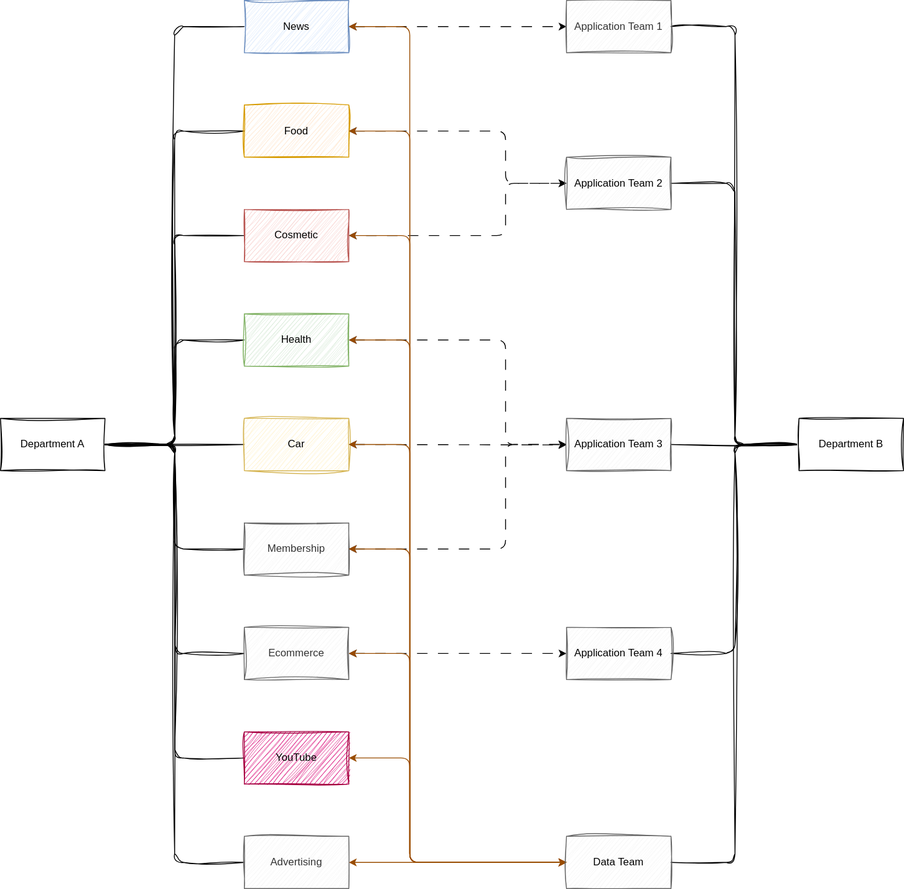
Above: docs/about-me/work-experience/tvbs/org.drawio.svg in kuanchoulai10/monorepo (draw.io), before the change. Source tidied: cells renumbered, new cells last; positions are measured from the earlier drawing's top-left corner, leaving out a move shared by most shapes.
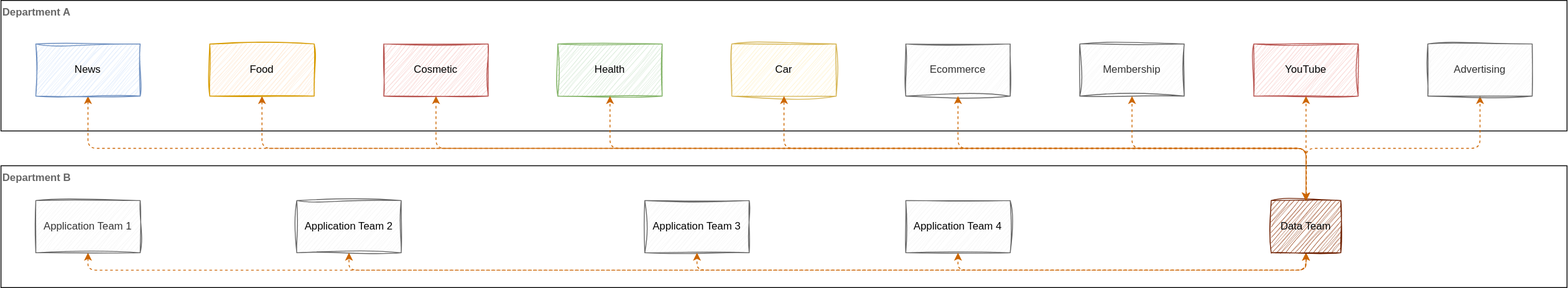
The same diagram one commit later.

Diff of the diagram source:
```diff
@@ -2,205 +2,117 @@
   <root>
     <mxCell id="0" />
     <mxCell id="1" parent="0" />
-    <mxCell id="2" style="edgeStyle=orthogonalEdgeStyle;html=1;entryX=0;entryY=0.5;entryDx=0;entryDy=0;shadow=0;sketch=1;curveFitting=1;jiggle=2;endArrow=none;endFill=0;" parent="1" edge="1" source="11" target="19">
-      <mxGeometry relative="1" as="geometry" />
-    </mxCell>
-    <mxCell id="3" style="edgeStyle=orthogonalEdgeStyle;html=1;entryX=0;entryY=0.5;entryDx=0;entryDy=0;exitX=1;exitY=0.5;exitDx=0;exitDy=0;sketch=1;curveFitting=1;jiggle=2;endArrow=none;endFill=0;" parent="1" edge="1" source="11" target="21">
-      <mxGeometry relative="1" as="geometry" />
-    </mxCell>
-    <mxCell id="4" style="edgeStyle=orthogonalEdgeStyle;html=1;exitX=1;exitY=0.5;exitDx=0;exitDy=0;entryX=0;entryY=0.5;entryDx=0;entryDy=0;sketch=1;curveFitting=1;jiggle=2;endArrow=none;endFill=0;" parent="1" edge="1" source="11" target="22">
-      <mxGeometry relative="1" as="geometry" />
-    </mxCell>
-    <mxCell id="5" style="edgeStyle=orthogonalEdgeStyle;html=1;exitX=1;exitY=0.5;exitDx=0;exitDy=0;entryX=0;entryY=0.5;entryDx=0;entryDy=0;sketch=1;curveFitting=1;jiggle=2;endArrow=none;endFill=0;" parent="1" edge="1" source="11" target="26">
-      <mxGeometry relative="1" as="geometry" />
-    </mxCell>
-    <mxCell id="6" style="edgeStyle=orthogonalEdgeStyle;html=1;exitX=1;exitY=0.5;exitDx=0;exitDy=0;entryX=0;entryY=0.5;entryDx=0;entryDy=0;sketch=1;curveFitting=1;jiggle=2;endArrow=none;endFill=0;" parent="1" edge="1" source="11" target="24">
-      <mxGeometry relative="1" as="geometry" />
-    </mxCell>
-    <mxCell id="7" style="edgeStyle=orthogonalEdgeStyle;html=1;exitX=1;exitY=0.5;exitDx=0;exitDy=0;entryX=0;entryY=0.5;entryDx=0;entryDy=0;sketch=1;curveFitting=1;jiggle=2;endArrow=none;endFill=0;" parent="1" edge="1" source="11" target="29">
-      <mxGeometry relative="1" as="geometry" />
-    </mxCell>
-    <mxCell id="8" style="edgeStyle=orthogonalEdgeStyle;html=1;exitX=1;exitY=0.5;exitDx=0;exitDy=0;entryX=0;entryY=0.5;entryDx=0;entryDy=0;sketch=1;curveFitting=1;jiggle=2;endArrow=none;endFill=0;" parent="1" edge="1" source="11" target="31">
-      <mxGeometry relative="1" as="geometry" />
-    </mxCell>
-    <mxCell id="9" style="edgeStyle=orthogonalEdgeStyle;html=1;exitX=1;exitY=0.5;exitDx=0;exitDy=0;entryX=0;entryY=0.5;entryDx=0;entryDy=0;sketch=1;curveFitting=1;jiggle=2;endArrow=none;endFill=0;" parent="1" edge="1" source="11" target="27">
-      <mxGeometry relative="1" as="geometry" />
-    </mxCell>
-    <mxCell id="10" style="edgeStyle=orthogonalEdgeStyle;html=1;exitX=1;exitY=0.5;exitDx=0;exitDy=0;entryX=0;entryY=0.5;entryDx=0;entryDy=0;sketch=1;curveFitting=1;jiggle=2;endArrow=none;endFill=0;" parent="1" edge="1" source="11" target="47">
-      <mxGeometry relative="1" as="geometry" />
-    </mxCell>
-    <mxCell id="11" value="Department A" style="whiteSpace=wrap;html=1;sketch=1;curveFitting=1;jiggle=2;" parent="1" vertex="1">
-      <mxGeometry y="480" width="120" height="60" as="geometry" />
+    <mxCell id="11" value="&lt;b&gt;&lt;font style=&quot;color: rgb(102, 102, 102);&quot;&gt;&amp;nbsp; &amp;nbsp; Department A&lt;/font&gt;&lt;/b&gt;" style="whiteSpace=wrap;html=1;fillColor=none;align=left;verticalAlign=top;" parent="1" vertex="1">
+      <mxGeometry x="240" y="-50" width="1800" height="150" as="geometry" />
     </mxCell>
-    <mxCell id="12" style="edgeStyle=orthogonalEdgeStyle;html=1;entryX=1;entryY=0.5;entryDx=0;entryDy=0;exitX=0;exitY=0.5;exitDx=0;exitDy=0;sketch=1;curveFitting=1;jiggle=2;endArrow=none;endFill=0;" parent="1" edge="1" source="17" target="32">
-      <mxGeometry relative="1" as="geometry" />
-    </mxCell>
-    <mxCell id="13" style="edgeStyle=orthogonalEdgeStyle;html=1;entryX=1;entryY=0.5;entryDx=0;entryDy=0;exitX=0;exitY=0.5;exitDx=0;exitDy=0;sketch=1;curveFitting=1;jiggle=2;endArrow=none;endFill=0;" parent="1" edge="1" source="17" target="34">
-      <mxGeometry relative="1" as="geometry" />
-    </mxCell>
-    <mxCell id="14" style="edgeStyle=orthogonalEdgeStyle;html=1;exitX=0;exitY=0.5;exitDx=0;exitDy=0;entryX=1;entryY=0.5;entryDx=0;entryDy=0;sketch=1;curveFitting=1;jiggle=2;endArrow=none;endFill=0;" parent="1" edge="1" source="17" target="35">
-      <mxGeometry relative="1" as="geometry" />
-    </mxCell>
-    <mxCell id="15" style="edgeStyle=orthogonalEdgeStyle;html=1;exitX=0;exitY=0.5;exitDx=0;exitDy=0;entryX=1;entryY=0.5;entryDx=0;entryDy=0;sketch=1;curveFitting=1;jiggle=2;endArrow=none;endFill=0;" parent="1" edge="1" source="17" target="36">
-      <mxGeometry relative="1" as="geometry" />
-    </mxCell>
-    <mxCell id="16" style="edgeStyle=orthogonalEdgeStyle;html=1;exitX=0;exitY=0.5;exitDx=0;exitDy=0;entryX=1;entryY=0.5;entryDx=0;entryDy=0;sketch=1;curveFitting=1;jiggle=2;endArrow=none;endFill=0;" parent="1" edge="1" source="17" target="46">
-      <mxGeometry relative="1" as="geometry" />
-    </mxCell>
-    <mxCell id="17" value="Department B" style="whiteSpace=wrap;html=1;sketch=1;curveFitting=1;jiggle=2;" parent="1" vertex="1">
-      <mxGeometry x="917" y="480" width="120" height="60" as="geometry" />
+    <mxCell id="17" value="&lt;font style=&quot;color: rgb(102, 102, 102);&quot;&gt;&amp;nbsp; &amp;nbsp; Department B&lt;/font&gt;" style="whiteSpace=wrap;html=1;fillColor=none;align=left;fontStyle=1;verticalAlign=top;" parent="1" vertex="1">
+      <mxGeometry x="240" y="140" width="1800" height="140" as="geometry" />
     </mxCell>
-    <mxCell id="18" style="edgeStyle=none;html=1;exitX=1;exitY=0.5;exitDx=0;exitDy=0;entryX=0;entryY=0.5;entryDx=0;entryDy=0;startArrow=classic;startFill=1;flowAnimation=0;dashed=1;dashPattern=12 12;" parent="1" edge="1" source="19" target="32">
-      <mxGeometry relative="1" as="geometry" />
-    </mxCell>
+    <mxCell id="48" style="edgeStyle=orthogonalEdgeStyle;html=1;exitX=0.5;exitY=1;exitDx=0;exitDy=0;entryX=0.5;entryY=0;entryDx=0;entryDy=0;dashed=1;strokeColor=#CC6600;startArrow=classic;startFill=1;" parent="1" edge="1" source="19" target="46">
+      <mxGeometry relative="1" as="geometry" />
+    </mxCell>
     <mxCell id="19" value="News" style="whiteSpace=wrap;html=1;sketch=1;curveFitting=1;jiggle=2;fillColor=#dae8fc;strokeColor=#6c8ebf;" parent="1" vertex="1">
       <mxGeometry x="280" width="120" height="60" as="geometry" />
     </mxCell>
-    <mxCell id="20" style="edgeStyle=orthogonalEdgeStyle;html=1;exitX=1;exitY=0.5;exitDx=0;exitDy=0;entryX=0;entryY=0.5;entryDx=0;entryDy=0;flowAnimation=0;startArrow=classic;startFill=1;dashed=1;dashPattern=12 12;" parent="1" edge="1" source="21" target="34">
-      <mxGeometry relative="1" as="geometry">
-        <Array as="points">
-          <mxPoint x="580" y="150" />
-          <mxPoint x="580" y="210" />
-        </Array>
-      </mxGeometry>
-    </mxCell>
+    <mxCell id="49" style="edgeStyle=orthogonalEdgeStyle;html=1;exitX=0.5;exitY=1;exitDx=0;exitDy=0;entryX=0.5;entryY=0;entryDx=0;entryDy=0;strokeColor=#CC6600;dashed=1;startArrow=classic;startFill=1;" parent="1" edge="1" source="21" target="46">
+      <mxGeometry relative="1" as="geometry" />
+    </mxCell>
     <mxCell id="21" value="Food" style="whiteSpace=wrap;html=1;sketch=1;curveFitting=1;jiggle=2;fillColor=#ffe6cc;strokeColor=#d79b00;" parent="1" vertex="1">
-      <mxGeometry x="280" y="120" width="120" height="60" as="geometry" />
+      <mxGeometry x="480" width="120" height="60" as="geometry" />
     </mxCell>
     <mxCell id="22" value="Cosmetic" style="whiteSpace=wrap;html=1;sketch=1;curveFitting=1;jiggle=2;fillColor=#f8cecc;strokeColor=#b85450;" parent="1" vertex="1">
-      <mxGeometry x="280" y="240" width="120" height="60" as="geometry" />
+      <mxGeometry x="680" width="120" height="60" as="geometry" />
     </mxCell>
-    <mxCell id="23" style="edgeStyle=none;html=1;exitX=1;exitY=0.5;exitDx=0;exitDy=0;startArrow=classic;startFill=1;dashed=1;dashPattern=12 12;" parent="1" edge="1" source="24">
-      <mxGeometry relative="1" as="geometry">
-        <mxPoint x="650" y="510.5" as="targetPoint" />
-      </mxGeometry>
-    </mxCell>
     <mxCell id="24" value="Car" style="whiteSpace=wrap;html=1;sketch=1;curveFitting=1;jiggle=2;fillColor=#fff2cc;strokeColor=#d6b656;" parent="1" vertex="1">
-      <mxGeometry x="280" y="480" width="120" height="60" as="geometry" />
+      <mxGeometry x="1080" width="120" height="60" as="geometry" />
     </mxCell>
-    <mxCell id="25" style="edgeStyle=orthogonalEdgeStyle;html=1;exitX=1;exitY=0.5;exitDx=0;exitDy=0;entryX=0;entryY=0.5;entryDx=0;entryDy=0;startArrow=classic;startFill=1;dashed=1;dashPattern=12 12;" parent="1" edge="1" source="26" target="35">
-      <mxGeometry relative="1" as="geometry">
-        <Array as="points">
-          <mxPoint x="580" y="390" />
-          <mxPoint x="580" y="510" />
-        </Array>
-      </mxGeometry>
-    </mxCell>
     <mxCell id="26" value="Health" style="whiteSpace=wrap;html=1;sketch=1;curveFitting=1;jiggle=2;fillColor=#d5e8d4;strokeColor=#82b366;" parent="1" vertex="1">
-      <mxGeometry x="280" y="360" width="120" height="60" as="geometry" />
+      <mxGeometry x="880" width="120" height="60" as="geometry" />
     </mxCell>
-    <mxCell id="27" value="&lt;span style=&quot;color: rgb(51, 51, 51);&quot;&gt;&lt;span style=&quot;color: rgb(0, 0, 0);&quot;&gt;YouTube&lt;/span&gt;&lt;/span&gt;" style="whiteSpace=wrap;html=1;sketch=1;curveFitting=1;jiggle=2;fillColor=#d80073;fontColor=#ffffff;strokeColor=#A50040;" parent="1" vertex="1">
-      <mxGeometry x="280" y="840" width="120" height="60" as="geometry" />
+    <mxCell id="27" value="&lt;span style=&quot;color: rgb(51, 51, 51);&quot;&gt;&lt;span style=&quot;color: rgb(0, 0, 0);&quot;&gt;YouTube&lt;/span&gt;&lt;/span&gt;" style="whiteSpace=wrap;html=1;sketch=1;curveFitting=1;jiggle=2;fillColor=#f8cecc;strokeColor=#b85450;" parent="1" vertex="1">
+      <mxGeometry x="1680" width="120" height="60" as="geometry" />
     </mxCell>
-    <mxCell id="28" style="edgeStyle=orthogonalEdgeStyle;html=1;exitX=1;exitY=0.5;exitDx=0;exitDy=0;entryX=0;entryY=0.5;entryDx=0;entryDy=0;dashed=1;dashPattern=12 12;startArrow=classic;startFill=1;" parent="1" edge="1" source="29" target="35">
-      <mxGeometry relative="1" as="geometry">
-        <Array as="points">
-          <mxPoint x="580" y="630" />
-          <mxPoint x="580" y="510" />
-        </Array>
-      </mxGeometry>
-    </mxCell>
-    <mxCell id="29" value="&lt;span style=&quot;color: rgb(51, 51, 51);&quot;&gt;&lt;span style=&quot;color: rgb(51, 51, 51);&quot;&gt;Membership&lt;/span&gt;&lt;/span&gt;" style="whiteSpace=wrap;html=1;sketch=1;curveFitting=1;jiggle=2;fillColor=#f5f5f5;fontColor=#333333;strokeColor=#666666;" parent="1" vertex="1">
-      <mxGeometry x="280" y="600" width="120" height="60" as="geometry" />
+    <mxCell id="29" value="Ecommerce" style="whiteSpace=wrap;html=1;sketch=1;curveFitting=1;jiggle=2;fillColor=#f5f5f5;fontColor=#333333;strokeColor=#666666;" parent="1" vertex="1">
+      <mxGeometry x="1280" width="120" height="60" as="geometry" />
     </mxCell>
-    <mxCell id="30" style="edgeStyle=none;html=1;exitX=1;exitY=0.5;exitDx=0;exitDy=0;entryX=0;entryY=0.5;entryDx=0;entryDy=0;dashed=1;dashPattern=12 12;startArrow=classic;startFill=1;" parent="1" edge="1" source="31" target="36">
-      <mxGeometry relative="1" as="geometry" />
-    </mxCell>
-    <mxCell id="31" value="&lt;span style=&quot;color: rgb(51, 51, 51);&quot;&gt;Ecommerce&lt;/span&gt;" style="whiteSpace=wrap;html=1;sketch=1;curveFitting=1;jiggle=2;fillColor=#f5f5f5;fontColor=#333333;strokeColor=#666666;" parent="1" vertex="1">
-      <mxGeometry x="280" y="720" width="120" height="60" as="geometry" />
+    <mxCell id="31" value="&lt;span style=&quot;color: rgb(51, 51, 51);&quot;&gt;Membership&lt;/span&gt;" style="whiteSpace=wrap;html=1;sketch=1;curveFitting=1;jiggle=2;fillColor=#f5f5f5;fontColor=#333333;strokeColor=#666666;" parent="1" vertex="1">
+      <mxGeometry x="1480" width="120" height="60" as="geometry" />
     </mxCell>
+    <mxCell id="50" style="edgeStyle=orthogonalEdgeStyle;html=1;exitX=0.5;exitY=1;exitDx=0;exitDy=0;entryX=0.5;entryY=1;entryDx=0;entryDy=0;strokeColor=#CC6600;startArrow=classic;startFill=1;dashed=1;" parent="1" edge="1" source="32" target="46">
+      <mxGeometry relative="1" as="geometry">
+        <Array as="points">
+          <mxPoint x="340" y="260" />
+          <mxPoint x="1740" y="260" />
+        </Array>
+      </mxGeometry>
+    </mxCell>
     <mxCell id="32" value="Application Team 1" style="whiteSpace=wrap;html=1;sketch=1;curveFitting=1;jiggle=2;fillColor=#f5f5f5;fontColor=#333333;strokeColor=#666666;" parent="1" vertex="1">
-      <mxGeometry x="650" width="120" height="60" as="geometry" />
+      <mxGeometry x="280" y="180" width="120" height="60" as="geometry" />
     </mxCell>
-    <mxCell id="33" style="edgeStyle=orthogonalEdgeStyle;html=1;exitX=0;exitY=0.5;exitDx=0;exitDy=0;entryX=1;entryY=0.5;entryDx=0;entryDy=0;startArrow=classic;startFill=1;dashed=1;dashPattern=12 12;" parent="1" edge="1" source="34" target="22">
-      <mxGeometry relative="1" as="geometry">
-        <Array as="points">
-          <mxPoint x="580" y="210" />
-          <mxPoint x="580" y="270" />
-        </Array>
-      </mxGeometry>
-    </mxCell>
     <mxCell id="34" value="&lt;span style=&quot;color: rgb(0, 0, 0);&quot;&gt;Application Team 2&lt;/span&gt;" style="whiteSpace=wrap;html=1;sketch=1;curveFitting=1;jiggle=2;fillColor=#f5f5f5;fontColor=#333333;strokeColor=#666666;" parent="1" vertex="1">
-      <mxGeometry x="650" y="180" width="120" height="60" as="geometry" />
+      <mxGeometry x="580" y="180" width="120" height="60" as="geometry" />
     </mxCell>
     <mxCell id="35" value="&lt;span style=&quot;color: rgb(0, 0, 0);&quot;&gt;Application Team 3&lt;/span&gt;" style="whiteSpace=wrap;html=1;sketch=1;curveFitting=1;jiggle=2;fillColor=#f5f5f5;fontColor=#333333;strokeColor=#666666;" parent="1" vertex="1">
-      <mxGeometry x="650" y="480" width="120" height="60" as="geometry" />
+      <mxGeometry x="980" y="180" width="120" height="60" as="geometry" />
     </mxCell>
     <mxCell id="36" value="&lt;span style=&quot;color: rgb(0, 0, 0);&quot;&gt;Application Team 4&lt;/span&gt;" style="whiteSpace=wrap;html=1;sketch=1;curveFitting=1;jiggle=2;fillColor=#f5f5f5;fontColor=#333333;strokeColor=#666666;" parent="1" vertex="1">
-      <mxGeometry x="650" y="720" width="120" height="60" as="geometry" />
+      <mxGeometry x="1280" y="180" width="120" height="60" as="geometry" />
     </mxCell>
-    <mxCell id="37" style="edgeStyle=none;html=1;exitX=0;exitY=0.5;exitDx=0;exitDy=0;entryX=1;entryY=0.5;entryDx=0;entryDy=0;fillColor=#a0522d;strokeColor=#994C00;" parent="1" edge="1" source="46" target="47">
+    <mxCell id="37" style="edgeStyle=orthogonalEdgeStyle;html=1;exitX=0.5;exitY=0;exitDx=0;exitDy=0;entryX=0.5;entryY=1;entryDx=0;entryDy=0;dashed=1;strokeColor=#CC6600;startArrow=classic;startFill=1;" parent="1" edge="1" source="46" target="47">
       <mxGeometry relative="1" as="geometry" />
     </mxCell>
-    <mxCell id="38" style="edgeStyle=orthogonalEdgeStyle;html=1;exitX=0;exitY=0.5;exitDx=0;exitDy=0;entryX=1;entryY=0.5;entryDx=0;entryDy=0;strokeColor=#994C00;" parent="1" edge="1" source="46" target="21">
-      <mxGeometry relative="1" as="geometry">
-        <Array as="points">
-          <mxPoint x="470" y="990" />
-          <mxPoint x="470" y="150" />
-        </Array>
-      </mxGeometry>
-    </mxCell>
-    <mxCell id="39" style="edgeStyle=orthogonalEdgeStyle;html=1;exitX=0;exitY=0.5;exitDx=0;exitDy=0;entryX=1;entryY=0.5;entryDx=0;entryDy=0;flowAnimation=0;startArrow=classic;startFill=1;strokeColor=#994C00;" parent="1" edge="1" source="46" target="19">
-      <mxGeometry relative="1" as="geometry">
-        <Array as="points">
-          <mxPoint x="470" y="990" />
-          <mxPoint x="470" y="30" />
-        </Array>
-      </mxGeometry>
-    </mxCell>
-    <mxCell id="40" style="edgeStyle=orthogonalEdgeStyle;html=1;exitX=0;exitY=0.5;exitDx=0;exitDy=0;entryX=1;entryY=0.5;entryDx=0;entryDy=0;startArrow=classic;startFill=1;fillColor=#a0522d;strokeColor=#994C00;" parent="1" edge="1" source="46" target="22">
-      <mxGeometry relative="1" as="geometry">
-        <Array as="points">
-          <mxPoint x="470" y="990" />
-          <mxPoint x="470" y="270" />
-        </Array>
-      </mxGeometry>
-    </mxCell>
-    <mxCell id="41" style="edgeStyle=orthogonalEdgeStyle;html=1;exitX=0;exitY=0.5;exitDx=0;exitDy=0;entryX=1;entryY=0.5;entryDx=0;entryDy=0;startArrow=classic;startFill=1;strokeColor=#994C00;" parent="1" edge="1" source="46" target="27">
-      <mxGeometry relative="1" as="geometry">
-        <Array as="points">
-          <mxPoint x="470" y="990" />
-          <mxPoint x="470" y="870" />
-        </Array>
-      </mxGeometry>
-    </mxCell>
-    <mxCell id="42" style="edgeStyle=orthogonalEdgeStyle;html=1;exitX=0;exitY=0.5;exitDx=0;exitDy=0;entryX=1;entryY=0.5;entryDx=0;entryDy=0;startArrow=classic;startFill=1;strokeColor=#994C00;" parent="1" edge="1" source="46" target="31">
-      <mxGeometry relative="1" as="geometry">
-        <Array as="points">
-          <mxPoint x="470" y="990" />
-          <mxPoint x="470" y="750" />
-        </Array>
-      </mxGeometry>
+    <mxCell id="42" style="edgeStyle=orthogonalEdgeStyle;html=1;exitX=0.5;exitY=0;exitDx=0;exitDy=0;entryX=0.5;entryY=1;entryDx=0;entryDy=0;strokeColor=#CC6600;dashed=1;startArrow=classic;startFill=1;" parent="1" edge="1" source="46" target="31">
+      <mxGeometry relative="1" as="geometry" />
     </mxCell>
-    <mxCell id="43" style="edgeStyle=orthogonalEdgeStyle;html=1;exitX=0;exitY=0.5;exitDx=0;exitDy=0;entryX=1;entryY=0.5;entryDx=0;entryDy=0;startArrow=classic;startFill=1;strokeColor=#994C00;" parent="1" edge="1" source="46" target="29">
-      <mxGeometry relative="1" as="geometry">
-        <Array as="points">
-          <mxPoint x="470" y="990" />
-          <mxPoint x="470" y="630" />
-        </Array>
-      </mxGeometry>
+    <mxCell id="43" style="edgeStyle=orthogonalEdgeStyle;html=1;exitX=0.5;exitY=0;exitDx=0;exitDy=0;entryX=0.5;entryY=1;entryDx=0;entryDy=0;strokeColor=#CC6600;dashed=1;" parent="1" edge="1" source="46" target="29">
+      <mxGeometry relative="1" as="geometry" />
     </mxCell>
-    <mxCell id="44" style="edgeStyle=orthogonalEdgeStyle;html=1;exitX=0;exitY=0.5;exitDx=0;exitDy=0;entryX=1;entryY=0.5;entryDx=0;entryDy=0;startArrow=classic;startFill=1;strokeColor=#994C00;" parent="1" edge="1" source="46" target="24">
-      <mxGeometry relative="1" as="geometry">
-        <Array as="points">
-          <mxPoint x="470" y="990" />
-          <mxPoint x="470" y="510" />
-        </Array>
-      </mxGeometry>
+    <mxCell id="44" style="edgeStyle=orthogonalEdgeStyle;html=1;exitX=0.5;exitY=0;exitDx=0;exitDy=0;entryX=0.5;entryY=1;entryDx=0;entryDy=0;strokeColor=#CC6600;dashed=1;startArrow=classic;startFill=1;" parent="1" edge="1" source="46" target="24">
+      <mxGeometry relative="1" as="geometry" />
     </mxCell>
-    <mxCell id="45" style="edgeStyle=orthogonalEdgeStyle;html=1;exitX=0;exitY=0.5;exitDx=0;exitDy=0;entryX=1;entryY=0.5;entryDx=0;entryDy=0;startArrow=classic;startFill=1;strokeColor=#994C00;" parent="1" edge="1" source="46" target="26">
-      <mxGeometry relative="1" as="geometry">
-        <Array as="points">
-          <mxPoint x="470" y="990" />
-          <mxPoint x="470" y="390" />
-        </Array>
-      </mxGeometry>
+    <mxCell id="45" style="edgeStyle=orthogonalEdgeStyle;html=1;entryX=0.5;entryY=1;entryDx=0;entryDy=0;exitX=0.5;exitY=0;exitDx=0;exitDy=0;strokeColor=#CC6600;startArrow=classic;startFill=1;dashed=1;" parent="1" edge="1" source="46" target="26">
+      <mxGeometry relative="1" as="geometry" />
     </mxCell>
+    <mxCell id="40" style="edgeStyle=orthogonalEdgeStyle;html=1;exitX=0.5;exitY=0;exitDx=0;exitDy=0;entryX=0.5;entryY=1;entryDx=0;entryDy=0;dashed=1;strokeColor=#CC6600;" parent="1" edge="1" source="46" target="22">
+      <mxGeometry relative="1" as="geometry" />
+    </mxCell>
+    <mxCell id="51" style="edgeStyle=orthogonalEdgeStyle;html=1;exitX=0.5;exitY=1;exitDx=0;exitDy=0;entryX=0.5;entryY=1;entryDx=0;entryDy=0;dashed=1;startArrow=classic;startFill=1;strokeColor=#CC6600;" parent="1" edge="1" source="46" target="36">
+      <mxGeometry relative="1" as="geometry">
+        <Array as="points">
+          <mxPoint x="1740" y="260" />
+          <mxPoint x="1340" y="260" />
+        </Array>
+      </mxGeometry>
+    </mxCell>
+    <mxCell id="52" style="edgeStyle=orthogonalEdgeStyle;html=1;exitX=0.5;exitY=1;exitDx=0;exitDy=0;entryX=0.5;entryY=1;entryDx=0;entryDy=0;strokeColor=#CC6600;dashed=1;" parent="1" edge="1" source="46" target="35">
+      <mxGeometry relative="1" as="geometry">
+        <Array as="points">
+          <mxPoint x="1740" y="260" />
+          <mxPoint x="1040" y="260" />
+        </Array>
+      </mxGeometry>
+    </mxCell>
+    <mxCell id="53" style="edgeStyle=orthogonalEdgeStyle;html=1;exitX=0.5;exitY=1;exitDx=0;exitDy=0;entryX=0.5;entryY=1;entryDx=0;entryDy=0;strokeColor=#CC6600;dashed=1;" parent="1" edge="1" source="46" target="34">
+      <mxGeometry relative="1" as="geometry">
+        <Array as="points">
+          <mxPoint x="1740" y="260" />
+          <mxPoint x="640" y="260" />
+        </Array>
+      </mxGeometry>
+    </mxCell>
-    <mxCell id="46" value="&lt;span style=&quot;color: rgb(0, 0, 0);&quot;&gt;Data Team&lt;/span&gt;" style="whiteSpace=wrap;html=1;sketch=1;curveFitting=1;jiggle=2;fillColor=#f5f5f5;fontColor=#333333;strokeColor=#666666;" parent="1" vertex="1">
-      <mxGeometry x="650" y="960" width="120" height="60" as="geometry" />
+    <mxCell id="46" value="&lt;span style=&quot;color: rgb(0, 0, 0);&quot;&gt;Data Team&lt;/span&gt;" style="whiteSpace=wrap;html=1;sketch=1;curveFitting=1;jiggle=2;fillColor=#a0522d;fontColor=#ffffff;strokeColor=#6D1F00;" parent="1" vertex="1">
+      <mxGeometry x="1700" y="180" width="80" height="60" as="geometry" />
     </mxCell>
     <mxCell id="47" value="&lt;span style=&quot;color: rgb(51, 51, 51);&quot;&gt;Advertising&lt;/span&gt;" style="whiteSpace=wrap;html=1;sketch=1;curveFitting=1;jiggle=2;fillColor=#f5f5f5;strokeColor=#666666;fontColor=#333333;" parent="1" vertex="1">
-      <mxGeometry x="280" y="960" width="120" height="60" as="geometry" />
+      <mxGeometry x="1880" width="120" height="60" as="geometry" />
     </mxCell>
+    <mxCell id="41" style="edgeStyle=orthogonalEdgeStyle;html=1;exitX=0.5;exitY=0;exitDx=0;exitDy=0;entryX=0.5;entryY=1;entryDx=0;entryDy=0;dashed=1;strokeColor=#CC6600;startArrow=classic;startFill=1;" parent="1" edge="1" source="46" target="27">
+      <mxGeometry relative="1" as="geometry">
+        <Array as="points">
+          <mxPoint x="1740" y="150" />
+          <mxPoint x="1740" y="150" />
+        </Array>
+      </mxGeometry>
+    </mxCell>
   </root>
 </mxGraphModel>
```
